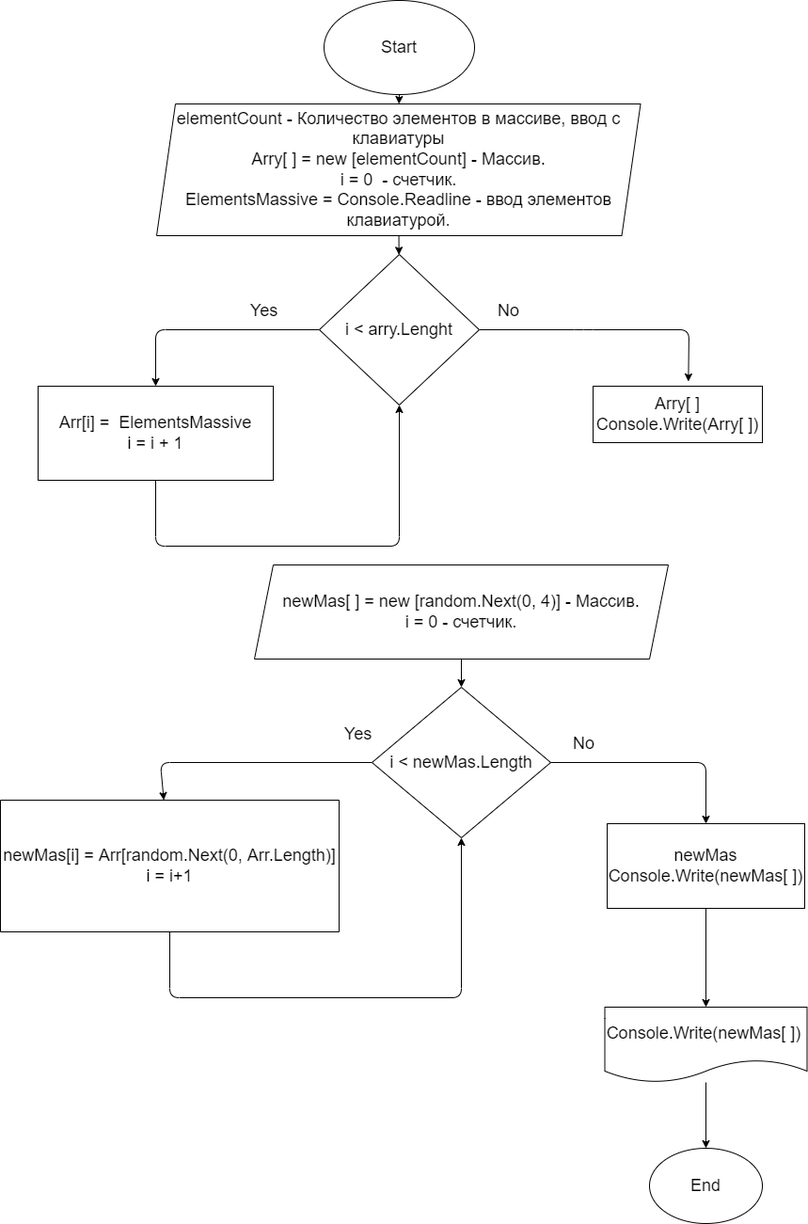
Before: HomeWork.drawio.png, a diagram exported from draw.io (limcev/Final-work). Source tidied: cells renumbered, new cells last; positions are measured from the earlier drawing's top-left corner, leaving out a move shared by most shapes. Its diagram source:
```xml
<mxGraphModel>
  <root>
    <mxCell id="0" />
    <mxCell id="1" parent="0" />
    <mxCell id="2" style="edgeStyle=none;html=1;fontSize=18;" parent="1" edge="1" source="3" target="8">
      <mxGeometry relative="1" as="geometry" />
    </mxCell>
    <mxCell id="3" value="&lt;font style=&quot;font-size: 18px&quot;&gt;&lt;br&gt;&lt;br&gt;&lt;br&gt;&lt;br&gt;elementCount - Количество элементов в массиве, ввод с клавиатуры&lt;br&gt;Arry[ ] = new [elementCount] - Массив.&lt;br&gt;i = 0&amp;nbsp; - счетчик.&lt;br&gt;ElementsMassive = Console.Readline - ввод элементов клавиатурой.&lt;br&gt;&lt;br&gt;&lt;br&gt;&lt;br&gt;&lt;br&gt;&lt;/font&gt;" style="shape=parallelogram;perimeter=parallelogramPerimeter;whiteSpace=wrap;html=1;fixedSize=1;" parent="1" vertex="1">
      <mxGeometry x="166" y="110" width="514.5" height="140" as="geometry" />
    </mxCell>
    <mxCell id="4" style="edgeStyle=none;html=1;" parent="1" edge="1" source="5" target="3">
      <mxGeometry relative="1" as="geometry" />
    </mxCell>
    <mxCell id="5" value="&lt;font style=&quot;font-size: 18px&quot;&gt;Start&lt;/font&gt;" style="ellipse;whiteSpace=wrap;html=1;" parent="1" vertex="1">
      <mxGeometry x="344" width="160" height="100" as="geometry" />
    </mxCell>
    <mxCell id="6" style="edgeStyle=none;html=1;entryX=0.5;entryY=0;entryDx=0;entryDy=0;fontSize=18;" parent="1" edge="1" source="8" target="10">
      <mxGeometry relative="1" as="geometry">
        <Array as="points">
          <mxPoint x="165" y="350" />
        </Array>
      </mxGeometry>
    </mxCell>
    <mxCell id="7" style="edgeStyle=none;html=1;fontSize=18;entryX=0.563;entryY=-0.083;entryDx=0;entryDy=0;entryPerimeter=0;" parent="1" edge="1" source="8" target="12">
      <mxGeometry relative="1" as="geometry">
        <Array as="points">
          <mxPoint x="620" y="350" />
          <mxPoint x="732" y="350" />
        </Array>
      </mxGeometry>
    </mxCell>
    <mxCell id="8" value="i &amp;lt; arry.Lenght" style="rhombus;whiteSpace=wrap;html=1;fontSize=18;" parent="1" vertex="1">
      <mxGeometry x="339" y="270" width="170" height="160" as="geometry" />
    </mxCell>
    <mxCell id="9" style="edgeStyle=none;html=1;fontSize=18;entryX=0.5;entryY=1;entryDx=0;entryDy=0;" parent="1" edge="1" source="10" target="8">
      <mxGeometry relative="1" as="geometry">
        <Array as="points">
          <mxPoint x="165" y="580" />
          <mxPoint x="424" y="580" />
        </Array>
      </mxGeometry>
    </mxCell>
    <mxCell id="10" value="Arr[i] =&amp;nbsp; ElementsMassive&lt;br&gt;i = i + 1" style="rounded=0;whiteSpace=wrap;html=1;fontSize=18;" parent="1" vertex="1">
      <mxGeometry x="40" y="410" width="250" height="100" as="geometry" />
    </mxCell>
    <mxCell id="11" value="Yes" style="text;html=1;align=center;verticalAlign=middle;strokeColor=none;fillColor=none;fontSize=18;" parent="1" vertex="1">
      <mxGeometry x="260" y="315" width="40" height="30" as="geometry" />
    </mxCell>
    <mxCell id="12" value="Arry[ ]&lt;br&gt;Console.Write(Arry[ ])" style="rounded=0;whiteSpace=wrap;html=1;fontSize=18;" parent="1" vertex="1">
      <mxGeometry x="630" y="410" width="180" height="60" as="geometry" />
    </mxCell>
    <mxCell id="13" value="No" style="text;html=1;align=center;verticalAlign=middle;strokeColor=none;fillColor=none;fontSize=18;" parent="1" vertex="1">
      <mxGeometry x="520" y="315" width="40" height="30" as="geometry" />
    </mxCell>
    <mxCell id="14" style="edgeStyle=none;html=1;fontSize=18;" parent="1" edge="1" source="15" target="18">
      <mxGeometry relative="1" as="geometry" />
    </mxCell>
    <mxCell id="15" value="newMas[ ] = new [random.Next(0, 4)] - Массив.&lt;br&gt;i = 0 - счетчик." style="shape=parallelogram;perimeter=parallelogramPerimeter;whiteSpace=wrap;html=1;fixedSize=1;fontSize=18;" parent="1" vertex="1">
      <mxGeometry x="270" y="600" width="440" height="100" as="geometry" />
    </mxCell>
    <mxCell id="16" style="edgeStyle=none;html=1;fontSize=18;" parent="1" edge="1" source="18" target="20">
      <mxGeometry relative="1" as="geometry">
        <Array as="points">
          <mxPoint x="170" y="810" />
        </Array>
      </mxGeometry>
    </mxCell>
    <mxCell id="17" style="edgeStyle=none;html=1;entryX=0.5;entryY=0;entryDx=0;entryDy=0;fontSize=18;" parent="1" edge="1" source="18" target="23">
      <mxGeometry relative="1" as="geometry">
        <Array as="points">
          <mxPoint x="750" y="810" />
        </Array>
      </mxGeometry>
    </mxCell>
    <mxCell id="18" value="i &amp;lt; newMas.Length" style="rhombus;whiteSpace=wrap;html=1;fontSize=18;" parent="1" vertex="1">
      <mxGeometry x="395" y="730" width="190" height="160" as="geometry" />
    </mxCell>
    <mxCell id="19" style="edgeStyle=none;html=1;fontSize=18;entryX=0.5;entryY=1;entryDx=0;entryDy=0;" parent="1" edge="1" source="20" target="18">
      <mxGeometry relative="1" as="geometry">
        <Array as="points">
          <mxPoint x="180" y="1060" />
          <mxPoint x="490" y="1060" />
        </Array>
      </mxGeometry>
    </mxCell>
    <mxCell id="20" value="newMas[i] = Arr[random.Next(0, Arr.Length)]&lt;br&gt;i = i+1" style="whiteSpace=wrap;html=1;fontSize=18;direction=west;" parent="1" vertex="1">
      <mxGeometry y="850" width="360" height="140" as="geometry" />
    </mxCell>
    <mxCell id="21" value="Yes" style="text;html=1;align=center;verticalAlign=middle;strokeColor=none;fillColor=none;fontSize=18;" parent="1" vertex="1">
      <mxGeometry x="360" y="765" width="40" height="30" as="geometry" />
    </mxCell>
    <mxCell id="22" style="edgeStyle=none;html=1;fontSize=18;" parent="1" edge="1" source="23" target="26">
      <mxGeometry relative="1" as="geometry" />
    </mxCell>
    <mxCell id="23" value="newMas&lt;br&gt;Console.Write(newMas[ ])" style="whiteSpace=wrap;html=1;fontSize=18;" parent="1" vertex="1">
      <mxGeometry x="645" y="875" width="210" height="90" as="geometry" />
    </mxCell>
    <mxCell id="24" value="No" style="text;html=1;align=center;verticalAlign=middle;strokeColor=none;fillColor=none;fontSize=18;" parent="1" vertex="1">
      <mxGeometry x="600" y="775" width="40" height="30" as="geometry" />
    </mxCell>
    <mxCell id="25" style="edgeStyle=none;html=1;entryX=0.5;entryY=0;entryDx=0;entryDy=0;fontSize=18;" parent="1" edge="1" source="26" target="27">
      <mxGeometry relative="1" as="geometry" />
    </mxCell>
    <mxCell id="26" value="Console.Write(newMas[ ])&amp;nbsp;" style="shape=document;whiteSpace=wrap;html=1;boundedLbl=1;fontSize=18;" parent="1" vertex="1">
      <mxGeometry x="642.5" y="1070" width="215" height="80" as="geometry" />
    </mxCell>
    <mxCell id="27" value="End" style="ellipse;whiteSpace=wrap;html=1;fontSize=18;" parent="1" vertex="1">
      <mxGeometry x="690" y="1220" width="120" height="80" as="geometry" />
    </mxCell>
  </root>
</mxGraphModel>
```
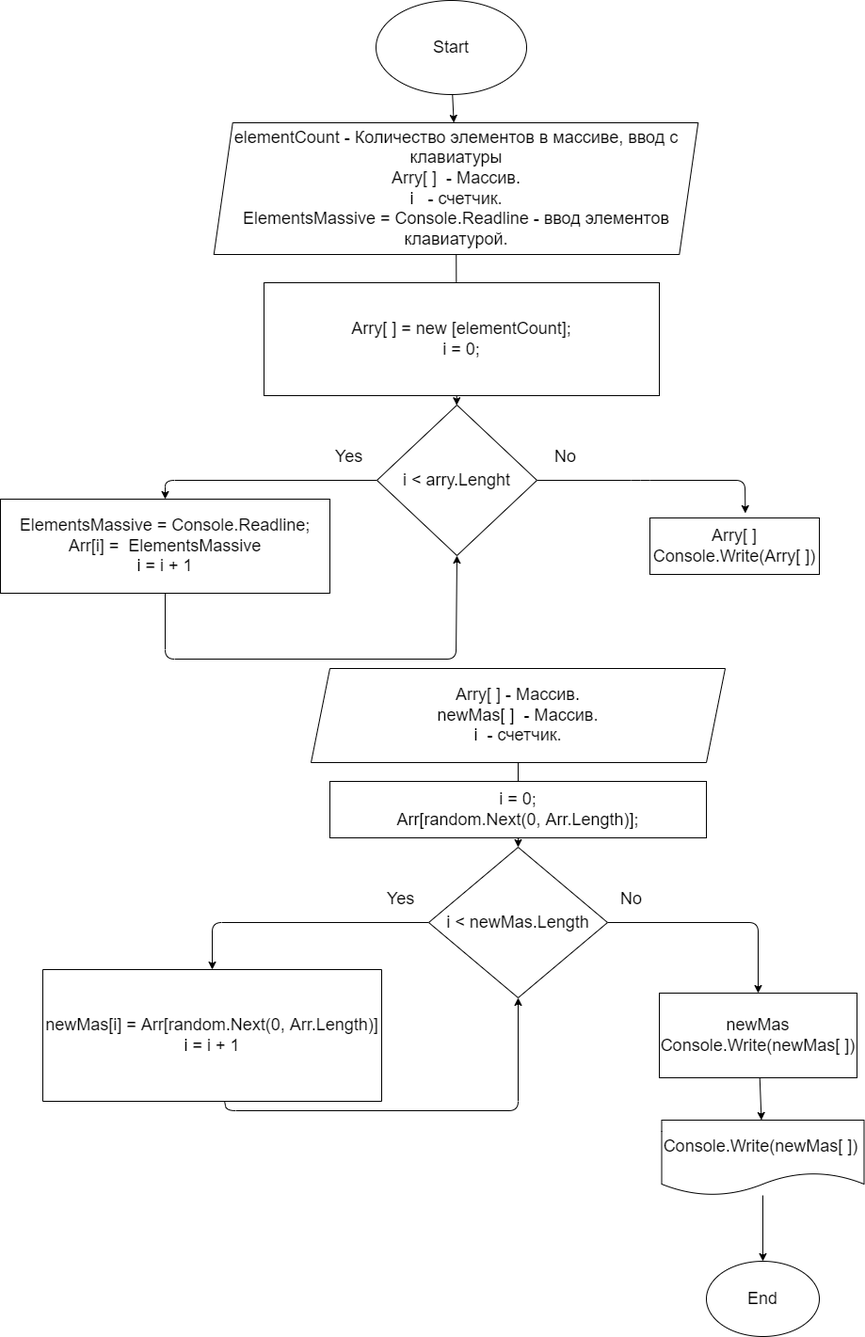
The same file after the commit.

Diff of the diagram source:
```diff
@@ -5,75 +5,80 @@
     <mxCell id="2" style="edgeStyle=none;html=1;fontSize=18;" parent="1" edge="1" source="3" target="8">
       <mxGeometry relative="1" as="geometry" />
     </mxCell>
-    <mxCell id="3" value="&lt;font style=&quot;font-size: 18px&quot;&gt;&lt;br&gt;&lt;br&gt;&lt;br&gt;&lt;br&gt;elementCount - Количество элементов в массиве, ввод с клавиатуры&lt;br&gt;Arry[ ] = new [elementCount] - Массив.&lt;br&gt;i = 0&amp;nbsp; - счетчик.&lt;br&gt;ElementsMassive = Console.Readline - ввод элементов клавиатурой.&lt;br&gt;&lt;br&gt;&lt;br&gt;&lt;br&gt;&lt;br&gt;&lt;/font&gt;" style="shape=parallelogram;perimeter=parallelogramPerimeter;whiteSpace=wrap;html=1;fixedSize=1;" parent="1" vertex="1">
-      <mxGeometry x="166" y="110" width="514.5" height="140" as="geometry" />
+    <mxCell id="3" value="&lt;font style=&quot;font-size: 18px&quot;&gt;&lt;br&gt;&lt;br&gt;&lt;br&gt;&lt;br&gt;elementCount - Количество элементов в массиве, ввод с клавиатуры&lt;br&gt;Arry[ ]&amp;nbsp; - Массив.&lt;br&gt;i&amp;nbsp; &amp;nbsp;- счетчик.&lt;br&gt;ElementsMassive = Console.Readline - ввод элементов клавиатурой.&lt;br&gt;&lt;br&gt;&lt;br&gt;&lt;br&gt;&lt;br&gt;&lt;/font&gt;" style="shape=parallelogram;perimeter=parallelogramPerimeter;whiteSpace=wrap;html=1;fixedSize=1;" parent="1" vertex="1">
+      <mxGeometry x="166.8" y="10" width="514.5" height="140" as="geometry" />
     </mxCell>
     <mxCell id="4" style="edgeStyle=none;html=1;" parent="1" edge="1" source="5" target="3">
       <mxGeometry relative="1" as="geometry" />
     </mxCell>
     <mxCell id="5" value="&lt;font style=&quot;font-size: 18px&quot;&gt;Start&lt;/font&gt;" style="ellipse;whiteSpace=wrap;html=1;" parent="1" vertex="1">
-      <mxGeometry x="344" width="160" height="100" as="geometry" />
+      <mxGeometry x="339" y="-120" width="160" height="100" as="geometry" />
     </mxCell>
     <mxCell id="6" style="edgeStyle=none;html=1;entryX=0.5;entryY=0;entryDx=0;entryDy=0;fontSize=18;" parent="1" edge="1" source="8" target="10">
       <mxGeometry relative="1" as="geometry">
         <Array as="points">
-          <mxPoint x="165" y="350" />
+          <mxPoint x="115" y="390" />
         </Array>
       </mxGeometry>
     </mxCell>
     <mxCell id="7" style="edgeStyle=none;html=1;fontSize=18;entryX=0.563;entryY=-0.083;entryDx=0;entryDy=0;entryPerimeter=0;" parent="1" edge="1" source="8" target="12">
       <mxGeometry relative="1" as="geometry">
         <Array as="points">
-          <mxPoint x="620" y="350" />
-          <mxPoint x="732" y="350" />
+          <mxPoint x="620" y="390" />
+          <mxPoint x="731" y="390" />
         </Array>
       </mxGeometry>
     </mxCell>
     <mxCell id="8" value="i &amp;lt; arry.Lenght" style="rhombus;whiteSpace=wrap;html=1;fontSize=18;" parent="1" vertex="1">
-      <mxGeometry x="339" y="270" width="170" height="160" as="geometry" />
+      <mxGeometry x="340" y="310" width="170" height="160" as="geometry" />
     </mxCell>
     <mxCell id="9" style="edgeStyle=none;html=1;fontSize=18;entryX=0.5;entryY=1;entryDx=0;entryDy=0;" parent="1" edge="1" source="10" target="8">
       <mxGeometry relative="1" as="geometry">
         <Array as="points">
-          <mxPoint x="165" y="580" />
+          <mxPoint x="115" y="580" />
           <mxPoint x="424" y="580" />
         </Array>
       </mxGeometry>
     </mxCell>
+    <mxCell id="28" style="edgeStyle=none;html=1;" parent="1" edge="1" source="10">
+      <mxGeometry relative="1" as="geometry">
+        <mxPoint x="115" y="410" as="targetPoint" />
+      </mxGeometry>
+    </mxCell>
-    <mxCell id="10" value="Arr[i] =&amp;nbsp; ElementsMassive&lt;br&gt;i = i + 1" style="rounded=0;whiteSpace=wrap;html=1;fontSize=18;" parent="1" vertex="1">
-      <mxGeometry x="40" y="410" width="250" height="100" as="geometry" />
+    <mxCell id="10" value="ElementsMassive = Console.Readline;&lt;br&gt;Arr[i] =&amp;nbsp; ElementsMassive&lt;br&gt;i = i + 1" style="rounded=0;whiteSpace=wrap;html=1;fontSize=18;" parent="1" vertex="1">
+      <mxGeometry x="-60" y="410" width="350" height="100" as="geometry" />
     </mxCell>
     <mxCell id="11" value="Yes" style="text;html=1;align=center;verticalAlign=middle;strokeColor=none;fillColor=none;fontSize=18;" parent="1" vertex="1">
-      <mxGeometry x="260" y="315" width="40" height="30" as="geometry" />
+      <mxGeometry x="290" y="350" width="40" height="30" as="geometry" />
     </mxCell>
     <mxCell id="12" value="Arry[ ]&lt;br&gt;Console.Write(Arry[ ])" style="rounded=0;whiteSpace=wrap;html=1;fontSize=18;" parent="1" vertex="1">
-      <mxGeometry x="630" y="410" width="180" height="60" as="geometry" />
+      <mxGeometry x="630" y="430" width="180" height="60" as="geometry" />
     </mxCell>
     <mxCell id="13" value="No" style="text;html=1;align=center;verticalAlign=middle;strokeColor=none;fillColor=none;fontSize=18;" parent="1" vertex="1">
-      <mxGeometry x="520" y="315" width="40" height="30" as="geometry" />
+      <mxGeometry x="520" y="350" width="40" height="30" as="geometry" />
     </mxCell>
-    <mxCell id="14" style="edgeStyle=none;html=1;fontSize=18;" parent="1" edge="1" source="15" target="18">
+    <mxCell id="14" style="edgeStyle=none;html=1;fontSize=18;startArrow=none;" parent="1" edge="1" source="30" target="18">
       <mxGeometry relative="1" as="geometry" />
     </mxCell>
-    <mxCell id="15" value="newMas[ ] = new [random.Next(0, 4)] - Массив.&lt;br&gt;i = 0 - счетчик." style="shape=parallelogram;perimeter=parallelogramPerimeter;whiteSpace=wrap;html=1;fixedSize=1;fontSize=18;" parent="1" vertex="1">
-      <mxGeometry x="270" y="600" width="440" height="100" as="geometry" />
+    <mxCell id="15" value="Arry[ ] - Массив.&lt;br&gt;newMas[ ]&amp;nbsp; - Массив.&lt;br&gt;i&amp;nbsp; - счетчик." style="shape=parallelogram;perimeter=parallelogramPerimeter;whiteSpace=wrap;html=1;fixedSize=1;fontSize=18;" parent="1" vertex="1">
+      <mxGeometry x="270" y="590" width="440" height="100" as="geometry" />
     </mxCell>
     <mxCell id="16" style="edgeStyle=none;html=1;fontSize=18;" parent="1" edge="1" source="18" target="20">
       <mxGeometry relative="1" as="geometry">
         <Array as="points">
-          <mxPoint x="170" y="810" />
+          <mxPoint x="165" y="860" />
         </Array>
       </mxGeometry>
     </mxCell>
     <mxCell id="17" style="edgeStyle=none;html=1;entryX=0.5;entryY=0;entryDx=0;entryDy=0;fontSize=18;" parent="1" edge="1" source="18" target="23">
       <mxGeometry relative="1" as="geometry">
         <Array as="points">
-          <mxPoint x="750" y="810" />
+          <mxPoint x="745" y="860" />
         </Array>
       </mxGeometry>
     </mxCell>
     <mxCell id="18" value="i &amp;lt; newMas.Length" style="rhombus;whiteSpace=wrap;html=1;fontSize=18;" parent="1" vertex="1">
-      <mxGeometry x="395" y="730" width="190" height="160" as="geometry" />
+      <mxGeometry x="395" y="780" width="190" height="160" as="geometry" />
     </mxCell>
     <mxCell id="19" style="edgeStyle=none;html=1;fontSize=18;entryX=0.5;entryY=1;entryDx=0;entryDy=0;" parent="1" edge="1" source="20" target="18">
       <mxGeometry relative="1" as="geometry">
@@ -83,20 +88,20 @@
         </Array>
       </mxGeometry>
     </mxCell>
-    <mxCell id="20" value="newMas[i] = Arr[random.Next(0, Arr.Length)]&lt;br&gt;i = i+1" style="whiteSpace=wrap;html=1;fontSize=18;direction=west;" parent="1" vertex="1">
-      <mxGeometry y="850" width="360" height="140" as="geometry" />
+    <mxCell id="20" value="newMas[i] = Arr[random.Next(0, Arr.Length)]&lt;br&gt;i = i + 1" style="whiteSpace=wrap;html=1;fontSize=18;direction=west;" parent="1" vertex="1">
+      <mxGeometry x="-15" y="910" width="360" height="140" as="geometry" />
     </mxCell>
     <mxCell id="21" value="Yes" style="text;html=1;align=center;verticalAlign=middle;strokeColor=none;fillColor=none;fontSize=18;" parent="1" vertex="1">
-      <mxGeometry x="360" y="765" width="40" height="30" as="geometry" />
+      <mxGeometry x="345" y="820" width="40" height="30" as="geometry" />
     </mxCell>
     <mxCell id="22" style="edgeStyle=none;html=1;fontSize=18;" parent="1" edge="1" source="23" target="26">
       <mxGeometry relative="1" as="geometry" />
     </mxCell>
     <mxCell id="23" value="newMas&lt;br&gt;Console.Write(newMas[ ])" style="whiteSpace=wrap;html=1;fontSize=18;" parent="1" vertex="1">
-      <mxGeometry x="645" y="875" width="210" height="90" as="geometry" />
+      <mxGeometry x="640" y="935" width="210" height="90" as="geometry" />
     </mxCell>
     <mxCell id="24" value="No" style="text;html=1;align=center;verticalAlign=middle;strokeColor=none;fillColor=none;fontSize=18;" parent="1" vertex="1">
-      <mxGeometry x="600" y="775" width="40" height="30" as="geometry" />
+      <mxGeometry x="590" y="820" width="40" height="30" as="geometry" />
     </mxCell>
     <mxCell id="25" style="edgeStyle=none;html=1;entryX=0.5;entryY=0;entryDx=0;entryDy=0;fontSize=18;" parent="1" edge="1" source="26" target="27">
       <mxGeometry relative="1" as="geometry" />
@@ -107,5 +112,14 @@
     <mxCell id="27" value="End" style="ellipse;whiteSpace=wrap;html=1;fontSize=18;" parent="1" vertex="1">
       <mxGeometry x="690" y="1220" width="120" height="80" as="geometry" />
     </mxCell>
+    <mxCell id="29" value="&lt;span&gt;Arry[ ] = new [elementCount];&lt;/span&gt;&lt;span&gt;&lt;br&gt;i = 0;&lt;/span&gt;&lt;span&gt;&lt;br&gt;&lt;/span&gt;" style="rounded=0;whiteSpace=wrap;html=1;fontSize=18;" parent="1" vertex="1">
+      <mxGeometry x="220" y="180" width="420" height="120" as="geometry" />
+    </mxCell>
+    <mxCell id="30" value="i = 0;&lt;br&gt;Arr[random.Next(0, Arr.Length)];" style="rounded=0;whiteSpace=wrap;html=1;fontSize=18;" parent="1" vertex="1">
+      <mxGeometry x="290" y="710" width="400" height="60" as="geometry" />
+    </mxCell>
+    <mxCell id="31" style="edgeStyle=none;html=1;fontSize=18;endArrow=none;" parent="1" edge="1" source="15" target="30">
+      <mxGeometry relative="1" as="geometry" />
+    </mxCell>
   </root>
 </mxGraphModel>
```
